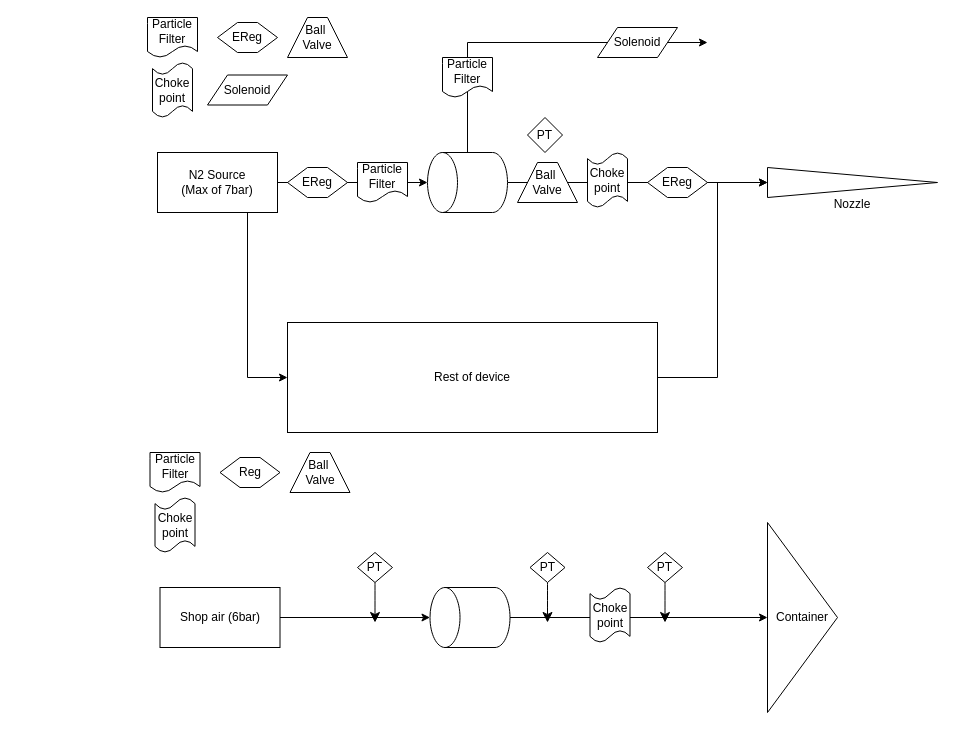
Above: Research_Files/February/FYP_test.drawio in JakCrane/FYP (draw.io), before the change. Source tidied: cells renumbered, new cells numbered last; positions are measured from the earlier drawing's top-left corner, leaving out a move shared by most shapes. Both pictures are drawn from the tidied source at 100%, with x=0, y=0 at pixel (147, 17).
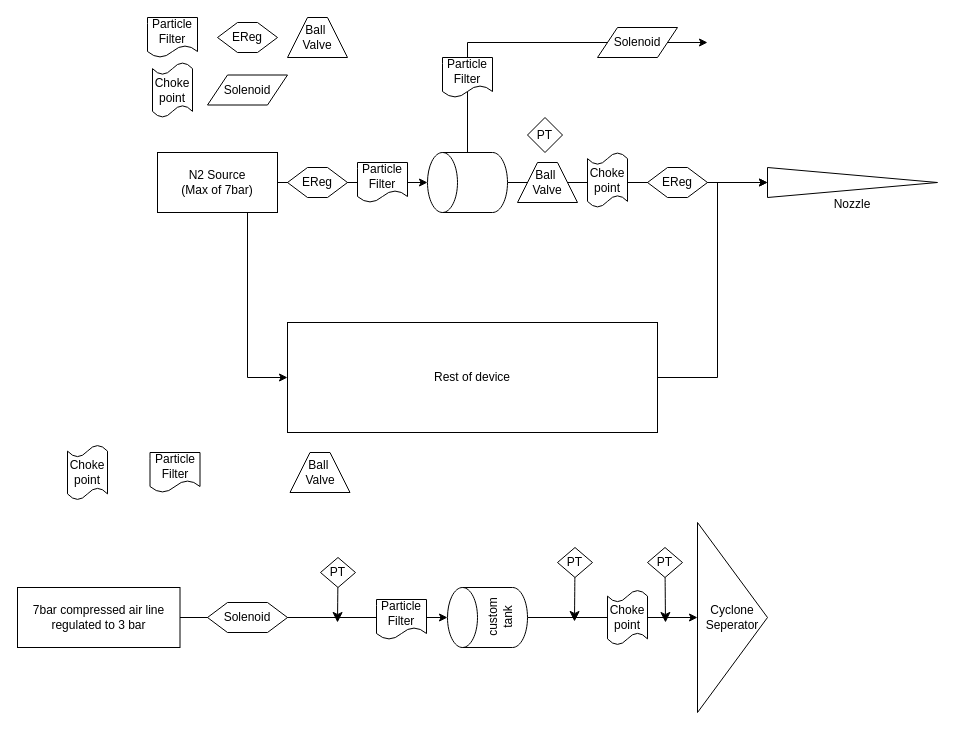
The same page after the edit.

What changed in the source:
```diff
@@
-    <mxCell id="25" style="shape=cylinder3;whiteSpace=wrap;html=1;boundedLbl=1;backgroundOutline=1;size=15;rotation=-90;" parent="1" vertex="1">
-      <mxGeometry x="292.5" y="560" width="60" height="80" as="geometry" />
+    <mxCell id="25" value="custom tank" style="shape=cylinder3;whiteSpace=wrap;html=1;boundedLbl=1;backgroundOutline=1;size=15;rotation=-90;" parent="1" vertex="1">
+      <mxGeometry x="310" y="560" width="60" height="80" as="geometry" />
     </mxCell>
-    <mxCell id="26" value="&lt;div&gt;Shop air (6bar)&lt;/div&gt;" style="rounded=0;whiteSpace=wrap;html=1;" parent="1" vertex="1">
-      <mxGeometry x="12.5" y="570" width="120" height="60" as="geometry" />
+    <mxCell id="26" value="7bar compressed air line regulated to 3 bar" style="rounded=0;whiteSpace=wrap;html=1;" parent="1" vertex="1">
+      <mxGeometry x="-130" y="570" width="162.5" height="60" as="geometry" />
     </mxCell>
-    <mxCell id="27" value="Container" style="triangle;whiteSpace=wrap;html=1;" parent="1" vertex="1">
-      <mxGeometry x="620" y="505" width="70" height="190" as="geometry" />
+    <mxCell id="27" value="Cyclone Seperator" style="triangle;whiteSpace=wrap;html=1;" parent="1" vertex="1">
+      <mxGeometry x="550" y="505" width="70" height="190" as="geometry" />
     </mxCell>
@@
-    <mxCell id="29" value="Reg" style="shape=hexagon;perimeter=hexagonPerimeter2;whiteSpace=wrap;html=1;fixedSize=1;" parent="1" vertex="1">
-      <mxGeometry x="72.5" y="440" width="60" height="30" as="geometry" />
-    </mxCell>
@@
     <mxCell id="31" value="Choke point" style="shape=tape;whiteSpace=wrap;html=1;size=0.2222222222222222;" parent="1" vertex="1">
-      <mxGeometry x="7.5" y="480" width="40" height="55" as="geometry" />
+      <mxGeometry x="-80" y="427.5" width="40" height="55" as="geometry" />
     </mxCell>
     <mxCell id="32" value="Choke point" style="shape=tape;whiteSpace=wrap;html=1;size=0.2222222222222222;" parent="1" vertex="1">
-      <mxGeometry x="442.5" y="570" width="40" height="55" as="geometry" />
+      <mxGeometry x="460" y="572.5" width="40" height="55" as="geometry" />
     </mxCell>
@@
     <mxCell id="34" style="edgeStyle=none;curved=1;rounded=0;jettySize=auto;html=1;fontSize=12;startSize=8;endSize=8;" parent="1" edge="1" source="35">
       <mxGeometry relative="1" as="geometry">
-        <mxPoint x="400" y="605" as="targetPoint" />
+        <mxPoint x="427" y="604" as="targetPoint" />
       </mxGeometry>
     </mxCell>
     <mxCell id="35" value="PT" style="rhombus;whiteSpace=wrap;html=1;" parent="1" vertex="1">
-      <mxGeometry x="382.5" y="535" width="35" height="30" as="geometry" />
+      <mxGeometry x="410" y="530" width="35" height="30" as="geometry" />
     </mxCell>
     <mxCell id="36" style="edgeStyle=none;curved=1;rounded=0;jettySize=auto;html=1;fontSize=12;startSize=8;endSize=8;" parent="1" edge="1" source="37">
       <mxGeometry relative="1" as="geometry">
-        <mxPoint x="227.5" y="605" as="targetPoint" />
+        <mxPoint x="190" y="605" as="targetPoint" />
       </mxGeometry>
     </mxCell>
     <mxCell id="37" value="PT" style="rhombus;whiteSpace=wrap;html=1;" parent="1" vertex="1">
-      <mxGeometry x="210" y="535" width="35" height="30" as="geometry" />
+      <mxGeometry x="173" y="540" width="35" height="30" as="geometry" />
     </mxCell>
     <mxCell id="38" style="edgeStyle=none;curved=1;rounded=0;jettySize=auto;html=1;fontSize=12;startSize=8;endSize=8;" parent="1" edge="1" source="39">
       <mxGeometry relative="1" as="geometry">
-        <mxPoint x="517.5" y="605" as="targetPoint" />
+        <mxPoint x="518" y="605" as="targetPoint" />
       </mxGeometry>
     </mxCell>
     <mxCell id="39" value="PT" style="rhombus;whiteSpace=wrap;html=1;" parent="1" vertex="1">
-      <mxGeometry x="500" y="535" width="35" height="30" as="geometry" />
+      <mxGeometry x="500" y="530" width="35" height="30" as="geometry" />
     </mxCell>
+    <mxCell id="40" value="Particle Filter" style="shape=document;whiteSpace=wrap;html=1;boundedLbl=1;" parent="1" vertex="1">
+      <mxGeometry x="229" y="582" width="50" height="40" as="geometry" />
+    </mxCell>
+    <mxCell id="29" value="Solenoid" style="shape=hexagon;perimeter=hexagonPerimeter2;whiteSpace=wrap;html=1;fixedSize=1;" parent="1" vertex="1">
+      <mxGeometry x="60" y="585" width="80" height="30" as="geometry" />
+    </mxCell>
```
